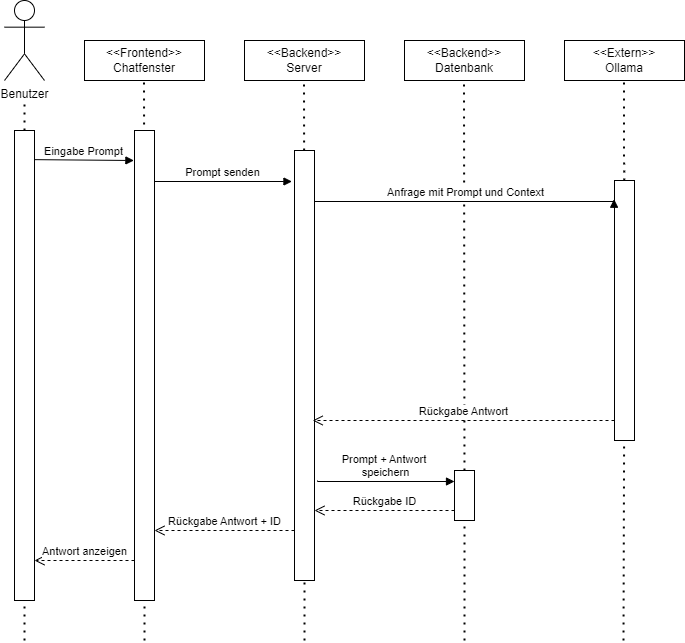
Earlier version of the draw.io export diagramms/Sequenz-Prompt.drawio.png (ZesNy02/Jupiter). Source tidied: cells renumbered, new cells last; positions are measured from the earlier drawing's top-left corner, leaving out a move shared by most shapes. Source of this version:
```xml
<mxGraphModel>
  <root>
    <mxCell id="0" />
    <mxCell id="1" parent="0" />
    <mxCell id="2" value="Benutzer" style="shape=umlActor;verticalLabelPosition=bottom;verticalAlign=top;html=1;" parent="1" vertex="1">
      <mxGeometry width="40" height="80" as="geometry" />
    </mxCell>
    <mxCell id="3" style="endArrow=none;dashed=1;html=1;dashPattern=1 3;strokeWidth=2;rounded=0;" parent="1" edge="1" source="13">
      <mxGeometry relative="1" as="geometry">
        <mxPoint x="20" y="100" as="targetPoint" />
      </mxGeometry>
    </mxCell>
    <mxCell id="4" value="&lt;div&gt;&amp;lt;&amp;lt;Frontend&amp;gt;&amp;gt;&lt;/div&gt;&lt;div&gt;Chatfenster&lt;/div&gt;" style="html=1;whiteSpace=wrap;" parent="1" vertex="1">
      <mxGeometry x="80" y="40" width="120" height="40" as="geometry" />
    </mxCell>
    <mxCell id="5" value="&amp;lt;&amp;lt;Backend&amp;gt;&amp;gt;&lt;div&gt;Server&lt;/div&gt;" style="html=1;whiteSpace=wrap;" parent="1" vertex="1">
      <mxGeometry x="240" y="40" width="120" height="40" as="geometry" />
    </mxCell>
    <mxCell id="6" value="&amp;lt;&amp;lt;Backend&amp;gt;&amp;gt;&lt;div&gt;Datenbank&lt;/div&gt;" style="html=1;whiteSpace=wrap;" parent="1" vertex="1">
      <mxGeometry x="400" y="40" width="120" height="40" as="geometry" />
    </mxCell>
    <mxCell id="7" value="&amp;lt;&amp;lt;Extern&amp;gt;&amp;gt;&lt;div&gt;Ollama&lt;/div&gt;" style="html=1;whiteSpace=wrap;" parent="1" vertex="1">
      <mxGeometry x="560" y="40" width="120" height="40" as="geometry" />
    </mxCell>
    <mxCell id="8" style="endArrow=none;dashed=1;html=1;dashPattern=1 3;strokeWidth=2;rounded=0;" parent="1" edge="1">
      <mxGeometry relative="1" as="geometry">
        <mxPoint x="139.6" y="140" as="sourcePoint" />
        <mxPoint x="139.5" y="80" as="targetPoint" />
      </mxGeometry>
    </mxCell>
    <mxCell id="9" style="endArrow=none;dashed=1;html=1;dashPattern=1 3;strokeWidth=2;rounded=0;" parent="1" edge="1" source="16">
      <mxGeometry relative="1" as="geometry">
        <mxPoint x="299.5" y="80" as="targetPoint" />
      </mxGeometry>
    </mxCell>
    <mxCell id="10" style="endArrow=none;dashed=1;html=1;dashPattern=1 3;strokeWidth=2;rounded=0;" parent="1" edge="1" source="18">
      <mxGeometry relative="1" as="geometry">
        <mxPoint x="459.5" y="80" as="targetPoint" />
      </mxGeometry>
    </mxCell>
    <mxCell id="11" style="endArrow=none;dashed=1;html=1;dashPattern=1 3;strokeWidth=2;rounded=0;" parent="1" edge="1" source="20">
      <mxGeometry relative="1" as="geometry">
        <mxPoint x="619.4" y="80" as="targetPoint" />
      </mxGeometry>
    </mxCell>
    <mxCell id="12" style="endArrow=none;dashed=1;html=1;dashPattern=1 3;strokeWidth=2;rounded=0;" parent="1" edge="1" target="13">
      <mxGeometry relative="1" as="geometry">
        <mxPoint x="20" y="640" as="sourcePoint" />
      </mxGeometry>
    </mxCell>
    <mxCell id="13" style="rounded=0;whiteSpace=wrap;html=1;" parent="1" vertex="1">
      <mxGeometry x="10" y="130" width="20" height="470" as="geometry" />
    </mxCell>
    <mxCell id="14" style="endArrow=none;dashed=1;html=1;dashPattern=1 3;strokeWidth=2;rounded=0;" parent="1" edge="1">
      <mxGeometry relative="1" as="geometry">
        <mxPoint x="140" y="640" as="sourcePoint" />
        <mxPoint x="140" y="590" as="targetPoint" />
      </mxGeometry>
    </mxCell>
    <mxCell id="15" style="endArrow=none;dashed=1;html=1;dashPattern=1 3;strokeWidth=2;rounded=0;" parent="1" edge="1" target="16">
      <mxGeometry relative="1" as="geometry">
        <mxPoint x="300" y="640" as="sourcePoint" />
      </mxGeometry>
    </mxCell>
    <mxCell id="16" style="rounded=0;whiteSpace=wrap;html=1;" parent="1" vertex="1">
      <mxGeometry x="290" y="150" width="20" height="430" as="geometry" />
    </mxCell>
    <mxCell id="17" style="endArrow=none;dashed=1;html=1;dashPattern=1 3;strokeWidth=2;rounded=0;" parent="1" edge="1" target="18">
      <mxGeometry relative="1" as="geometry">
        <mxPoint x="460" y="640" as="sourcePoint" />
      </mxGeometry>
    </mxCell>
    <mxCell id="18" style="rounded=0;whiteSpace=wrap;html=1;" parent="1" vertex="1">
      <mxGeometry x="450" y="470" width="20" height="50" as="geometry" />
    </mxCell>
    <mxCell id="19" style="endArrow=none;dashed=1;html=1;dashPattern=1 3;strokeWidth=2;rounded=0;" parent="1" edge="1" target="20">
      <mxGeometry relative="1" as="geometry">
        <mxPoint x="619" y="640" as="sourcePoint" />
      </mxGeometry>
    </mxCell>
    <mxCell id="20" style="rounded=0;whiteSpace=wrap;html=1;" parent="1" vertex="1">
      <mxGeometry x="610" y="180" width="20" height="260" as="geometry" />
    </mxCell>
    <mxCell id="21" style="rounded=0;whiteSpace=wrap;html=1;" parent="1" vertex="1">
      <mxGeometry x="130" y="130" width="20" height="470" as="geometry" />
    </mxCell>
    <mxCell id="22" value="Eingabe Prompt" style="html=1;verticalAlign=bottom;endArrow=block;edgeStyle=elbowEdgeStyle;elbow=vertical;curved=0;rounded=0;exitX=0.991;exitY=0.062;exitDx=0;exitDy=0;exitPerimeter=0;entryX=-0.03;entryY=0.063;entryDx=0;entryDy=0;entryPerimeter=0;" parent="1" edge="1" source="13" target="21">
      <mxGeometry relative="1" as="geometry">
        <Array as="points">
          <mxPoint x="125" y="160" />
        </Array>
      </mxGeometry>
    </mxCell>
    <mxCell id="23" value="Prompt senden" style="html=1;verticalAlign=bottom;endArrow=block;edgeStyle=elbowEdgeStyle;elbow=vertical;curved=0;rounded=0;exitX=0.991;exitY=0.062;exitDx=0;exitDy=0;exitPerimeter=0;entryX=-0.127;entryY=0.072;entryDx=0;entryDy=0;entryPerimeter=0;" parent="1" edge="1" target="16">
      <mxGeometry relative="1" as="geometry">
        <mxPoint x="150" y="180" as="sourcePoint" />
        <Array as="points">
          <mxPoint x="245" y="181" />
        </Array>
      </mxGeometry>
    </mxCell>
    <mxCell id="24" value="Anfrage mit Prompt und Context" style="html=1;verticalAlign=bottom;endArrow=block;edgeStyle=elbowEdgeStyle;elbow=vertical;curved=0;rounded=0;exitX=0.991;exitY=0.062;exitDx=0;exitDy=0;exitPerimeter=0;entryX=-0.021;entryY=0.072;entryDx=0;entryDy=0;entryPerimeter=0;" parent="1" edge="1" target="20">
      <mxGeometry relative="1" as="geometry">
        <mxPoint x="310" y="200" as="sourcePoint" />
        <Array as="points">
          <mxPoint x="405" y="201" />
        </Array>
      </mxGeometry>
    </mxCell>
    <mxCell id="25" value="Rückgabe Antwort" style="html=1;verticalAlign=bottom;endArrow=open;dashed=1;endSize=8;edgeStyle=elbowEdgeStyle;elbow=vertical;curved=0;rounded=0;entryX=0.908;entryY=0.629;entryDx=0;entryDy=0;entryPerimeter=0;" parent="1" edge="1" target="16">
      <mxGeometry relative="1" as="geometry">
        <mxPoint x="610" y="420" as="sourcePoint" />
        <Array as="points">
          <mxPoint x="535" y="420" />
        </Array>
      </mxGeometry>
    </mxCell>
    <mxCell id="26" value="Rückgabe Antwort + ID" style="html=1;verticalAlign=bottom;endArrow=open;dashed=1;endSize=8;edgeStyle=elbowEdgeStyle;elbow=vertical;curved=0;rounded=0;" parent="1" edge="1">
      <mxGeometry relative="1" as="geometry">
        <mxPoint x="290" y="530" as="sourcePoint" />
        <mxPoint x="150" y="530" as="targetPoint" />
        <Array as="points">
          <mxPoint x="215" y="530" />
        </Array>
      </mxGeometry>
    </mxCell>
    <mxCell id="27" value="Antwort anzeigen" style="html=1;verticalAlign=bottom;endArrow=open;dashed=1;endSize=8;edgeStyle=elbowEdgeStyle;elbow=vertical;curved=0;rounded=0;" parent="1" edge="1">
      <mxGeometry relative="1" as="geometry">
        <mxPoint x="130" y="560" as="sourcePoint" />
        <mxPoint x="30" y="560" as="targetPoint" />
        <Array as="points">
          <mxPoint x="55" y="560" />
        </Array>
      </mxGeometry>
    </mxCell>
    <mxCell id="28" value="Prompt + Antwort&amp;nbsp;&lt;div&gt;speichern&lt;/div&gt;" style="html=1;verticalAlign=bottom;endArrow=block;edgeStyle=elbowEdgeStyle;elbow=vertical;curved=0;rounded=0;exitX=0.991;exitY=0.062;exitDx=0;exitDy=0;exitPerimeter=0;entryX=-0.127;entryY=0.072;entryDx=0;entryDy=0;entryPerimeter=0;" parent="1" edge="1">
      <mxGeometry relative="1" as="geometry">
        <mxPoint x="313" y="480" as="sourcePoint" />
        <mxPoint x="450" y="481" as="targetPoint" />
        <Array as="points">
          <mxPoint x="408" y="481" />
        </Array>
      </mxGeometry>
    </mxCell>
    <mxCell id="29" value="Rückgabe ID" style="html=1;verticalAlign=bottom;endArrow=open;dashed=1;endSize=8;edgeStyle=elbowEdgeStyle;elbow=vertical;curved=0;rounded=0;" parent="1" edge="1">
      <mxGeometry relative="1" as="geometry">
        <mxPoint x="450" y="510" as="sourcePoint" />
        <mxPoint x="310" y="510" as="targetPoint" />
        <Array as="points">
          <mxPoint x="375" y="510" />
        </Array>
      </mxGeometry>
    </mxCell>
  </root>
</mxGraphModel>
```
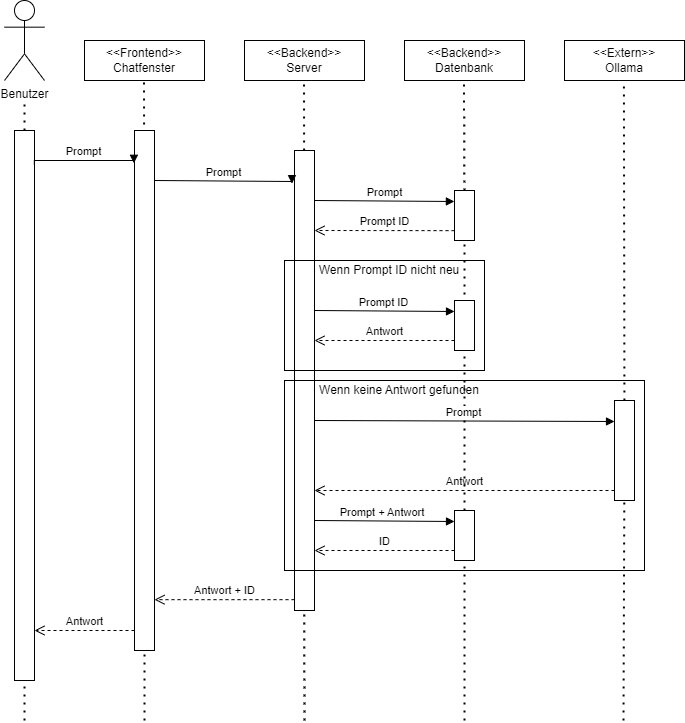
Above is the later version.

Change to the diagram source:
```diff
@@ -33,7 +33,7 @@
         <mxPoint x="299.5" y="80" as="targetPoint" />
       </mxGeometry>
     </mxCell>
-    <mxCell id="10" style="endArrow=none;dashed=1;html=1;dashPattern=1 3;strokeWidth=2;rounded=0;" parent="1" edge="1" source="18">
+    <mxCell id="10" style="endArrow=none;dashed=1;html=1;dashPattern=1 3;strokeWidth=2;rounded=0;" parent="1" edge="1" source="31">
       <mxGeometry relative="1" as="geometry">
         <mxPoint x="459.5" y="80" as="targetPoint" />
       </mxGeometry>
@@ -45,53 +45,50 @@
     </mxCell>
     <mxCell id="12" style="endArrow=none;dashed=1;html=1;dashPattern=1 3;strokeWidth=2;rounded=0;" parent="1" edge="1" target="13">
       <mxGeometry relative="1" as="geometry">
-        <mxPoint x="20" y="640" as="sourcePoint" />
+        <mxPoint x="20" y="720" as="sourcePoint" />
       </mxGeometry>
     </mxCell>
     <mxCell id="13" style="rounded=0;whiteSpace=wrap;html=1;" parent="1" vertex="1">
-      <mxGeometry x="10" y="130" width="20" height="470" as="geometry" />
+      <mxGeometry x="10" y="130" width="20" height="550" as="geometry" />
     </mxCell>
-    <mxCell id="14" style="endArrow=none;dashed=1;html=1;dashPattern=1 3;strokeWidth=2;rounded=0;" parent="1" edge="1">
+    <mxCell id="14" style="endArrow=none;dashed=1;html=1;dashPattern=1 3;strokeWidth=2;rounded=0;entryX=0.5;entryY=1;entryDx=0;entryDy=0;" parent="1" edge="1" target="21">
       <mxGeometry relative="1" as="geometry">
-        <mxPoint x="140" y="640" as="sourcePoint" />
-        <mxPoint x="140" y="590" as="targetPoint" />
+        <mxPoint x="140" y="720" as="sourcePoint" />
       </mxGeometry>
     </mxCell>
-    <mxCell id="15" style="endArrow=none;dashed=1;html=1;dashPattern=1 3;strokeWidth=2;rounded=0;" parent="1" edge="1" target="16">
-      <mxGeometry relative="1" as="geometry">
-        <mxPoint x="300" y="640" as="sourcePoint" />
-      </mxGeometry>
+    <mxCell id="15" style="endArrow=none;dashed=1;html=1;dashPattern=1 3;strokeWidth=2;rounded=0;" parent="1" edge="1" source="40" target="16">
+      <mxGeometry relative="1" as="geometry" />
     </mxCell>
     <mxCell id="16" style="rounded=0;whiteSpace=wrap;html=1;" parent="1" vertex="1">
-      <mxGeometry x="290" y="150" width="20" height="430" as="geometry" />
+      <mxGeometry x="290" y="150" width="20" height="460" as="geometry" />
     </mxCell>
     <mxCell id="17" style="endArrow=none;dashed=1;html=1;dashPattern=1 3;strokeWidth=2;rounded=0;" parent="1" edge="1" target="18">
       <mxGeometry relative="1" as="geometry">
-        <mxPoint x="460" y="640" as="sourcePoint" />
+        <mxPoint x="460" y="720" as="sourcePoint" />
       </mxGeometry>
     </mxCell>
     <mxCell id="18" style="rounded=0;whiteSpace=wrap;html=1;" parent="1" vertex="1">
-      <mxGeometry x="450" y="470" width="20" height="50" as="geometry" />
+      <mxGeometry x="450" y="510" width="20" height="50" as="geometry" />
     </mxCell>
     <mxCell id="19" style="endArrow=none;dashed=1;html=1;dashPattern=1 3;strokeWidth=2;rounded=0;" parent="1" edge="1" target="20">
       <mxGeometry relative="1" as="geometry">
-        <mxPoint x="619" y="640" as="sourcePoint" />
+        <mxPoint x="619" y="720" as="sourcePoint" />
       </mxGeometry>
     </mxCell>
     <mxCell id="20" style="rounded=0;whiteSpace=wrap;html=1;" parent="1" vertex="1">
-      <mxGeometry x="610" y="180" width="20" height="260" as="geometry" />
+      <mxGeometry x="610" y="400" width="20" height="100" as="geometry" />
     </mxCell>
     <mxCell id="21" style="rounded=0;whiteSpace=wrap;html=1;" parent="1" vertex="1">
-      <mxGeometry x="130" y="130" width="20" height="470" as="geometry" />
+      <mxGeometry x="130" y="130" width="20" height="520" as="geometry" />
     </mxCell>
-    <mxCell id="22" value="Eingabe Prompt" style="html=1;verticalAlign=bottom;endArrow=block;edgeStyle=elbowEdgeStyle;elbow=vertical;curved=0;rounded=0;exitX=0.991;exitY=0.062;exitDx=0;exitDy=0;exitPerimeter=0;entryX=-0.03;entryY=0.063;entryDx=0;entryDy=0;entryPerimeter=0;" parent="1" edge="1" source="13" target="21">
+    <mxCell id="22" value="Prompt" style="html=1;verticalAlign=bottom;endArrow=block;edgeStyle=elbowEdgeStyle;elbow=vertical;curved=0;rounded=0;exitX=0.991;exitY=0.062;exitDx=0;exitDy=0;exitPerimeter=0;entryX=-0.03;entryY=0.063;entryDx=0;entryDy=0;entryPerimeter=0;" parent="1" edge="1" source="13" target="21">
       <mxGeometry relative="1" as="geometry">
         <Array as="points">
           <mxPoint x="125" y="160" />
         </Array>
       </mxGeometry>
     </mxCell>
-    <mxCell id="23" value="Prompt senden" style="html=1;verticalAlign=bottom;endArrow=block;edgeStyle=elbowEdgeStyle;elbow=vertical;curved=0;rounded=0;exitX=0.991;exitY=0.062;exitDx=0;exitDy=0;exitPerimeter=0;entryX=-0.127;entryY=0.072;entryDx=0;entryDy=0;entryPerimeter=0;" parent="1" edge="1" target="16">
+    <mxCell id="23" value="Prompt" style="html=1;verticalAlign=bottom;endArrow=block;edgeStyle=elbowEdgeStyle;elbow=vertical;curved=0;rounded=0;exitX=0.991;exitY=0.062;exitDx=0;exitDy=0;exitPerimeter=0;entryX=-0.127;entryY=0.072;entryDx=0;entryDy=0;entryPerimeter=0;" parent="1" edge="1" target="16">
       <mxGeometry relative="1" as="geometry">
         <mxPoint x="150" y="180" as="sourcePoint" />
         <Array as="points">
@@ -99,7 +96,7 @@
         </Array>
       </mxGeometry>
     </mxCell>
-    <mxCell id="24" value="Anfrage mit Prompt und Context" style="html=1;verticalAlign=bottom;endArrow=block;edgeStyle=elbowEdgeStyle;elbow=vertical;curved=0;rounded=0;exitX=0.991;exitY=0.062;exitDx=0;exitDy=0;exitPerimeter=0;entryX=-0.021;entryY=0.072;entryDx=0;entryDy=0;entryPerimeter=0;" parent="1" edge="1" target="20">
+    <mxCell id="24" value="Prompt" style="html=1;verticalAlign=bottom;endArrow=block;edgeStyle=elbowEdgeStyle;elbow=vertical;curved=0;rounded=0;exitX=0.991;exitY=0.062;exitDx=0;exitDy=0;exitPerimeter=0;entryX=-0.006;entryY=0.202;entryDx=0;entryDy=0;entryPerimeter=0;" parent="1" edge="1" target="31">
       <mxGeometry relative="1" as="geometry">
         <mxPoint x="310" y="200" as="sourcePoint" />
         <Array as="points">
@@ -107,49 +104,105 @@
         </Array>
       </mxGeometry>
     </mxCell>
-    <mxCell id="25" value="Rückgabe Antwort" style="html=1;verticalAlign=bottom;endArrow=open;dashed=1;endSize=8;edgeStyle=elbowEdgeStyle;elbow=vertical;curved=0;rounded=0;entryX=0.908;entryY=0.629;entryDx=0;entryDy=0;entryPerimeter=0;" parent="1" edge="1" target="16">
+    <mxCell id="25" value="Antwort" style="html=1;verticalAlign=bottom;endArrow=open;dashed=1;endSize=8;edgeStyle=elbowEdgeStyle;elbow=vertical;curved=0;rounded=0;" parent="1" edge="1">
       <mxGeometry relative="1" as="geometry">
-        <mxPoint x="610" y="420" as="sourcePoint" />
+        <mxPoint x="610" y="490" as="sourcePoint" />
+        <mxPoint x="310" y="490" as="targetPoint" />
         <Array as="points">
-          <mxPoint x="535" y="420" />
+          <mxPoint x="520" y="490" />
+          <mxPoint x="535" y="490" />
         </Array>
       </mxGeometry>
     </mxCell>
-    <mxCell id="26" value="Rückgabe Antwort + ID" style="html=1;verticalAlign=bottom;endArrow=open;dashed=1;endSize=8;edgeStyle=elbowEdgeStyle;elbow=vertical;curved=0;rounded=0;" parent="1" edge="1">
+    <mxCell id="26" value="Antwort + ID" style="html=1;verticalAlign=bottom;endArrow=open;dashed=1;endSize=8;edgeStyle=elbowEdgeStyle;elbow=vertical;curved=0;rounded=0;" parent="1" edge="1">
       <mxGeometry relative="1" as="geometry">
-        <mxPoint x="290" y="530" as="sourcePoint" />
-        <mxPoint x="150" y="530" as="targetPoint" />
+        <mxPoint x="290" y="599.2" as="sourcePoint" />
+        <mxPoint x="150" y="599.2" as="targetPoint" />
         <Array as="points">
-          <mxPoint x="215" y="530" />
+          <mxPoint x="215" y="599.2" />
         </Array>
       </mxGeometry>
     </mxCell>
-    <mxCell id="27" value="Antwort anzeigen" style="html=1;verticalAlign=bottom;endArrow=open;dashed=1;endSize=8;edgeStyle=elbowEdgeStyle;elbow=vertical;curved=0;rounded=0;" parent="1" edge="1">
+    <mxCell id="27" value="Antwort" style="html=1;verticalAlign=bottom;endArrow=open;dashed=1;endSize=8;edgeStyle=elbowEdgeStyle;elbow=vertical;curved=0;rounded=0;" parent="1" edge="1">
       <mxGeometry relative="1" as="geometry">
-        <mxPoint x="130" y="560" as="sourcePoint" />
-        <mxPoint x="30" y="560" as="targetPoint" />
+        <mxPoint x="130" y="630" as="sourcePoint" />
+        <mxPoint x="30" y="630" as="targetPoint" />
         <Array as="points">
-          <mxPoint x="55" y="560" />
+          <mxPoint x="55" y="630" />
         </Array>
       </mxGeometry>
     </mxCell>
-    <mxCell id="28" value="Prompt + Antwort&amp;nbsp;&lt;div&gt;speichern&lt;/div&gt;" style="html=1;verticalAlign=bottom;endArrow=block;edgeStyle=elbowEdgeStyle;elbow=vertical;curved=0;rounded=0;exitX=0.991;exitY=0.062;exitDx=0;exitDy=0;exitPerimeter=0;entryX=-0.127;entryY=0.072;entryDx=0;entryDy=0;entryPerimeter=0;" parent="1" edge="1">
+    <mxCell id="28" value="Prompt + Antwort&amp;nbsp;" style="html=1;verticalAlign=bottom;endArrow=block;edgeStyle=elbowEdgeStyle;elbow=vertical;curved=0;rounded=0;exitX=0.991;exitY=0.062;exitDx=0;exitDy=0;exitPerimeter=0;" parent="1" edge="1" target="18">
       <mxGeometry relative="1" as="geometry">
-        <mxPoint x="313" y="480" as="sourcePoint" />
-        <mxPoint x="450" y="481" as="targetPoint" />
+        <mxPoint x="310" y="520" as="sourcePoint" />
         <Array as="points">
-          <mxPoint x="408" y="481" />
+          <mxPoint x="405" y="521" />
         </Array>
       </mxGeometry>
     </mxCell>
-    <mxCell id="29" value="Rückgabe ID" style="html=1;verticalAlign=bottom;endArrow=open;dashed=1;endSize=8;edgeStyle=elbowEdgeStyle;elbow=vertical;curved=0;rounded=0;" parent="1" edge="1">
+    <mxCell id="29" value="ID" style="html=1;verticalAlign=bottom;endArrow=open;dashed=1;endSize=8;edgeStyle=elbowEdgeStyle;elbow=horizontal;curved=0;rounded=0;" parent="1" edge="1">
       <mxGeometry relative="1" as="geometry">
-        <mxPoint x="450" y="510" as="sourcePoint" />
-        <mxPoint x="310" y="510" as="targetPoint" />
+        <mxPoint x="450" y="550" as="sourcePoint" />
+        <mxPoint x="310" y="550" as="targetPoint" />
         <Array as="points">
-          <mxPoint x="375" y="510" />
+          <mxPoint x="375" y="550" />
         </Array>
       </mxGeometry>
     </mxCell>
+    <mxCell id="30" style="endArrow=none;dashed=1;html=1;dashPattern=1 3;strokeWidth=2;rounded=0;" parent="1" edge="1" source="18" target="31">
+      <mxGeometry relative="1" as="geometry" />
+    </mxCell>
+    <mxCell id="31" style="rounded=0;whiteSpace=wrap;html=1;" parent="1" vertex="1">
+      <mxGeometry x="450" y="190" width="20" height="50" as="geometry" />
+    </mxCell>
+    <mxCell id="32" value="Prompt ID" style="html=1;verticalAlign=bottom;endArrow=open;dashed=1;endSize=8;edgeStyle=elbowEdgeStyle;elbow=vertical;curved=0;rounded=0;entryX=0.908;entryY=0.629;entryDx=0;entryDy=0;entryPerimeter=0;exitX=0.001;exitY=0.803;exitDx=0;exitDy=0;exitPerimeter=0;" parent="1" edge="1" source="31">
+      <mxGeometry relative="1" as="geometry">
+        <mxPoint x="310" y="230" as="targetPoint" />
+      </mxGeometry>
+    </mxCell>
+    <mxCell id="33" style="rounded=0;whiteSpace=wrap;html=1;fillColor=none;" parent="1" vertex="1">
+      <mxGeometry x="280" y="260" width="200" height="110" as="geometry" />
+    </mxCell>
+    <mxCell id="34" style="rounded=0;whiteSpace=wrap;html=1;" parent="1" vertex="1">
+      <mxGeometry x="450" y="300" width="20" height="50" as="geometry" />
+    </mxCell>
+    <mxCell id="35" value="Prompt ID" style="html=1;verticalAlign=bottom;endArrow=block;edgeStyle=elbowEdgeStyle;elbow=vertical;curved=0;rounded=0;exitX=0.991;exitY=0.062;exitDx=0;exitDy=0;exitPerimeter=0;" parent="1" edge="1" target="34">
+      <mxGeometry relative="1" as="geometry">
+        <mxPoint x="310" y="310" as="sourcePoint" />
+        <Array as="points">
+          <mxPoint x="405" y="311" />
+        </Array>
+      </mxGeometry>
+    </mxCell>
+    <mxCell id="36" value="Antwort" style="html=1;verticalAlign=bottom;endArrow=open;dashed=1;endSize=8;edgeStyle=elbowEdgeStyle;elbow=vertical;curved=0;rounded=0;entryX=0.908;entryY=0.629;entryDx=0;entryDy=0;entryPerimeter=0;exitX=0.001;exitY=0.803;exitDx=0;exitDy=0;exitPerimeter=0;" parent="1" edge="1">
+      <mxGeometry relative="1" as="geometry">
+        <mxPoint x="450" y="340" as="sourcePoint" />
+        <mxPoint x="310" y="340" as="targetPoint" />
+      </mxGeometry>
+    </mxCell>
+    <mxCell id="37" value="Wenn Prompt ID nicht neu" style="text;html=1;align=center;verticalAlign=middle;whiteSpace=wrap;rounded=0;" parent="1" vertex="1">
+      <mxGeometry x="310" y="260" width="150" height="20" as="geometry" />
+    </mxCell>
+    <mxCell id="38" value="Wenn keine Antwort gefunden" style="text;html=1;align=center;verticalAlign=middle;whiteSpace=wrap;rounded=0;" parent="1" vertex="1">
+      <mxGeometry x="310" y="380" width="170" height="20" as="geometry" />
+    </mxCell>
+    <mxCell id="39" value="Prompt" style="html=1;verticalAlign=bottom;endArrow=block;edgeStyle=elbowEdgeStyle;elbow=vertical;curved=0;rounded=0;exitX=0.991;exitY=0.062;exitDx=0;exitDy=0;exitPerimeter=0;" parent="1" edge="1">
+      <mxGeometry relative="1" as="geometry">
+        <mxPoint x="310" y="420" as="sourcePoint" />
+        <mxPoint x="610" y="421" as="targetPoint" />
+        <Array as="points">
+          <mxPoint x="405" y="421" />
+        </Array>
+      </mxGeometry>
+    </mxCell>
+    <mxCell id="40" style="rounded=0;whiteSpace=wrap;html=1;fillColor=none;" parent="1" vertex="1">
+      <mxGeometry x="280" y="380" width="360" height="190" as="geometry" />
+    </mxCell>
+    <mxCell id="41" style="endArrow=none;dashed=1;html=1;dashPattern=1 3;strokeWidth=2;rounded=0;entryX=0.5;entryY=1;entryDx=0;entryDy=0;" parent="1" edge="1">
+      <mxGeometry relative="1" as="geometry">
+        <mxPoint x="300" y="720" as="sourcePoint" />
+        <mxPoint x="299.7" y="610" as="targetPoint" />
+      </mxGeometry>
+    </mxCell>
   </root>
 </mxGraphModel>
```
